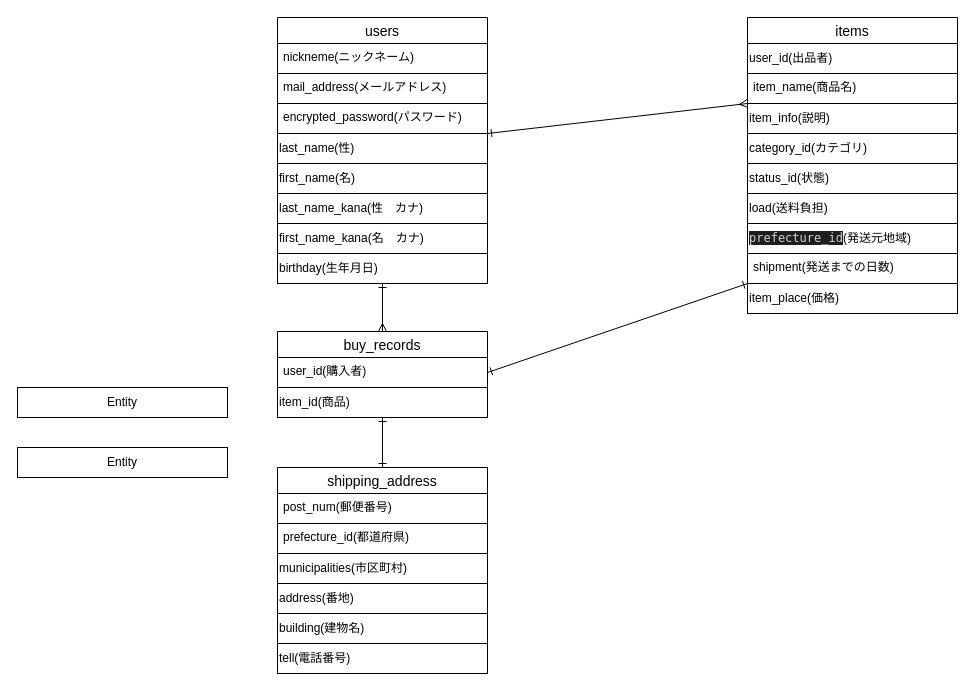
ko-4/furima-38289 keeps this draw.io diagram as furima.dio. Above is the earlier version. Source tidied: cells renumbered, new cells numbered last; positions are measured from the earlier drawing's top-left corner, leaving out a move shared by most shapes. Both pictures are drawn from the tidied source at 100%, with x=0, y=0 at pixel (17, 17).
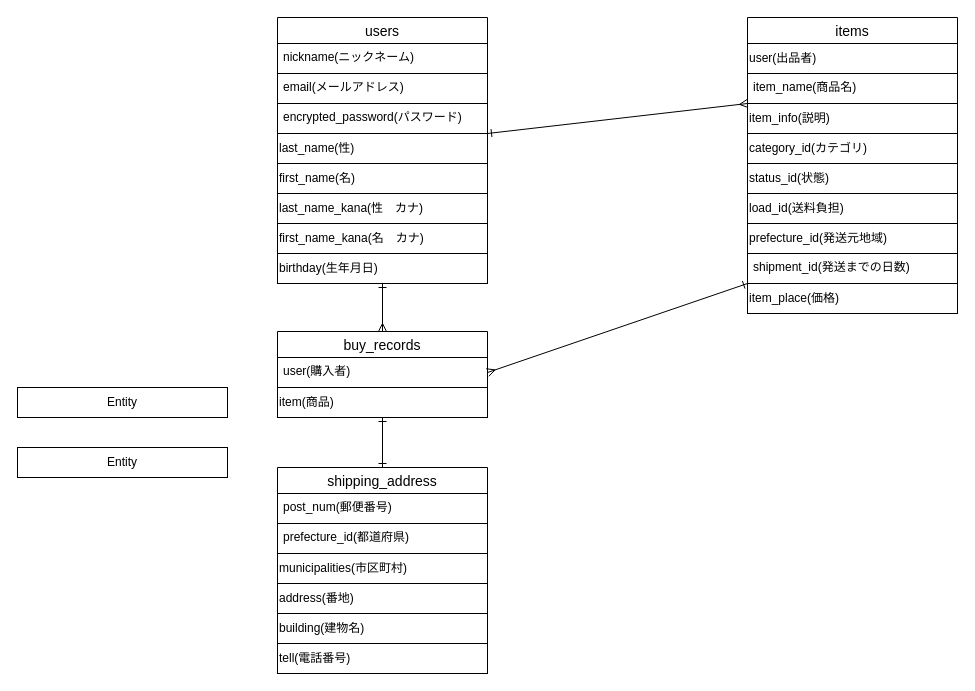
The same diagram, later.

Commit message (it also covers changes not shown here):
テーブル設計-4

The change refers to these unchanged cells:
```xml
<mxCell id="10" value="users" style="swimlane;fontStyle=0;horizontal=1;startSize=26;align=center;fontSize=14;labelBorderColor=none;" parent="1" vertex="1">
  <mxGeometry x="260" width="210" height="266" as="geometry" />
</mxCell>
<mxCell id="19" value="items" style="swimlane;fontStyle=0;horizontal=1;startSize=26;align=center;fontSize=14;labelBorderColor=none;" parent="1" vertex="1">
  <mxGeometry x="730" width="210" height="296" as="geometry" />
</mxCell>
<mxCell id="28" value="item_place(価格)" style="whiteSpace=wrap;html=1;align=left;strokeColor=default;fillColor=none;" parent="19" vertex="1">
  <mxGeometry y="266" width="210" height="30" as="geometry" />
</mxCell>
<mxCell id="32" value="buy_records" style="swimlane;fontStyle=0;horizontal=1;startSize=26;align=center;fontSize=14;fillColor=none;" parent="1" vertex="1">
  <mxGeometry x="260" y="314" width="210" height="86" as="geometry" />
</mxCell>
```

The edit, as a diff of the source:
```diff
@@
-    <mxCell id="11" value="nickneme(ニックネーム)" style="text;strokeColor=default;fillColor=none;spacingLeft=4;spacingRight=4;overflow=hidden;fontSize=12;labelBorderColor=none;" parent="10" vertex="1">
+    <mxCell id="11" value="nickname(ニックネーム)" style="text;strokeColor=default;fillColor=none;spacingLeft=4;spacingRight=4;overflow=hidden;fontSize=12;labelBorderColor=none;" parent="10" vertex="1">
       <mxGeometry y="26" width="210" height="30" as="geometry" />
     </mxCell>
-    <mxCell id="12" value="mail_address(メールアドレス)" style="text;strokeColor=default;fillColor=none;spacingLeft=4;spacingRight=4;overflow=hidden;fontSize=12;labelBorderColor=none;" parent="10" vertex="1">
+    <mxCell id="12" value="email(メールアドレス)" style="text;strokeColor=default;fillColor=none;spacingLeft=4;spacingRight=4;overflow=hidden;fontSize=12;labelBorderColor=none;" parent="10" vertex="1">
       <mxGeometry y="56" width="210" height="30" as="geometry" />
     </mxCell>
@@
-    <mxCell id="20" value="user_id(出品者)" style="whiteSpace=wrap;html=1;align=left;fillColor=none;" parent="19" vertex="1">
+    <mxCell id="20" value="user(出品者)" style="whiteSpace=wrap;html=1;align=left;fillColor=none;" parent="19" vertex="1">
       <mxGeometry y="26" width="210" height="30" as="geometry" />
     </mxCell>
@@
-    <mxCell id="25" value="load(送料負担)" style="whiteSpace=wrap;html=1;align=left;strokeColor=default;fillColor=none;" parent="19" vertex="1">
+    <mxCell id="25" value="load_id(送料負担)" style="whiteSpace=wrap;html=1;align=left;strokeColor=default;fillColor=none;" parent="19" vertex="1">
       <mxGeometry y="176" width="210" height="30" as="geometry" />
     </mxCell>
-    <mxCell id="26" value="&lt;span style=&quot;background-color: rgb(30 , 30 , 30) ; color: rgb(212 , 212 , 212) ; font-family: &amp;#34;menlo&amp;#34; , &amp;#34;monaco&amp;#34; , &amp;#34;courier new&amp;#34; , monospace&quot;&gt;prefecture_id&lt;/span&gt;(発送元地域)" style="whiteSpace=wrap;html=1;align=left;strokeColor=default;fillColor=none;" parent="19" vertex="1">
+    <mxCell id="26" value="prefecture_id(発送元地域)" style="whiteSpace=wrap;html=1;align=left;strokeColor=default;fillColor=none;" parent="19" vertex="1">
       <mxGeometry y="206" width="210" height="30" as="geometry" />
     </mxCell>
-    <mxCell id="27" value="shipment(発送までの日数)" style="text;strokeColor=none;fillColor=none;spacingLeft=4;spacingRight=4;overflow=hidden;fontSize=12;labelBorderColor=none;" parent="19" vertex="1">
+    <mxCell id="27" value="shipment_id(発送までの日数)" style="text;strokeColor=none;fillColor=none;spacingLeft=4;spacingRight=4;overflow=hidden;fontSize=12;labelBorderColor=none;" parent="19" vertex="1">
       <mxGeometry y="236" width="210" height="30" as="geometry" />
     </mxCell>
@@
-    <mxCell id="33" value="user_id(購入者)" style="text;strokeColor=default;fillColor=none;spacingLeft=4;spacingRight=4;overflow=hidden;points=[[0,0.5],[1,0.5]];portConstraint=eastwest;fontSize=12;" parent="32" vertex="1">
+    <mxCell id="33" value="user(購入者)" style="text;strokeColor=default;fillColor=none;spacingLeft=4;spacingRight=4;overflow=hidden;points=[[0,0.5],[1,0.5]];portConstraint=eastwest;fontSize=12;" parent="32" vertex="1">
       <mxGeometry y="26" width="210" height="30" as="geometry" />
     </mxCell>
-    <mxCell id="34" value="item_id(商品)" style="whiteSpace=wrap;html=1;align=left;fillColor=none;" parent="32" vertex="1">
+    <mxCell id="34" value="item(商品)" style="whiteSpace=wrap;html=1;align=left;fillColor=none;" parent="32" vertex="1">
       <mxGeometry y="56" width="210" height="30" as="geometry" />
     </mxCell>
@@
-    <mxCell id="36" style="edgeStyle=none;html=1;exitX=0;exitY=0;exitDx=0;exitDy=0;startArrow=ERone;startFill=0;endArrow=ERone;endFill=0;entryX=1;entryY=0.5;entryDx=0;entryDy=0;" parent="1" edge="1" source="28" target="33">
+    <mxCell id="36" style="edgeStyle=none;html=1;exitX=0;exitY=0;exitDx=0;exitDy=0;startArrow=ERone;startFill=0;endArrow=ERmany;endFill=0;entryX=1;entryY=0.5;entryDx=0;entryDy=0;" parent="1" edge="1" source="28" target="33">
       <mxGeometry relative="1" as="geometry" />
     </mxCell>
```
